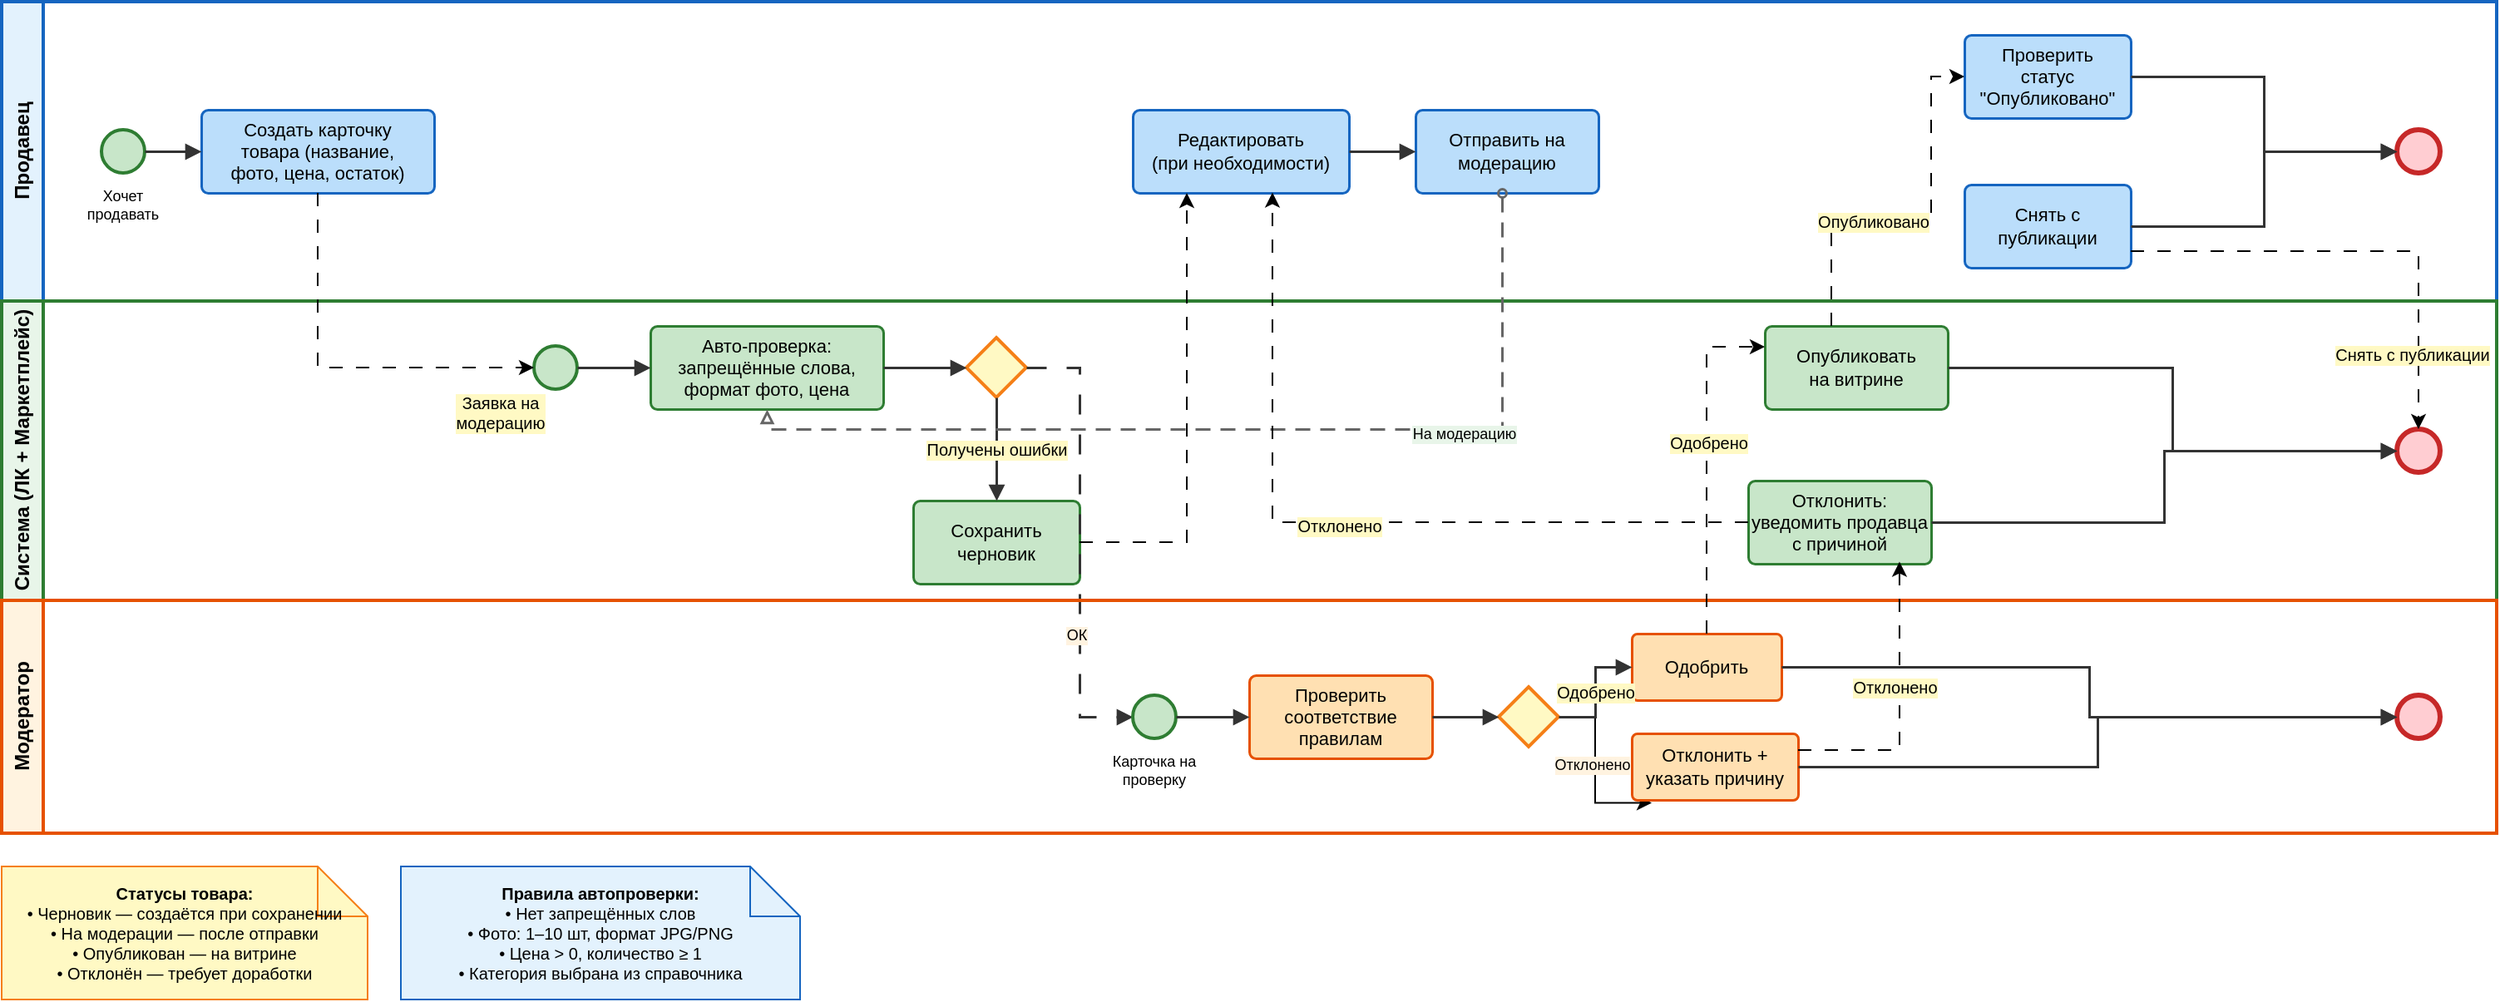
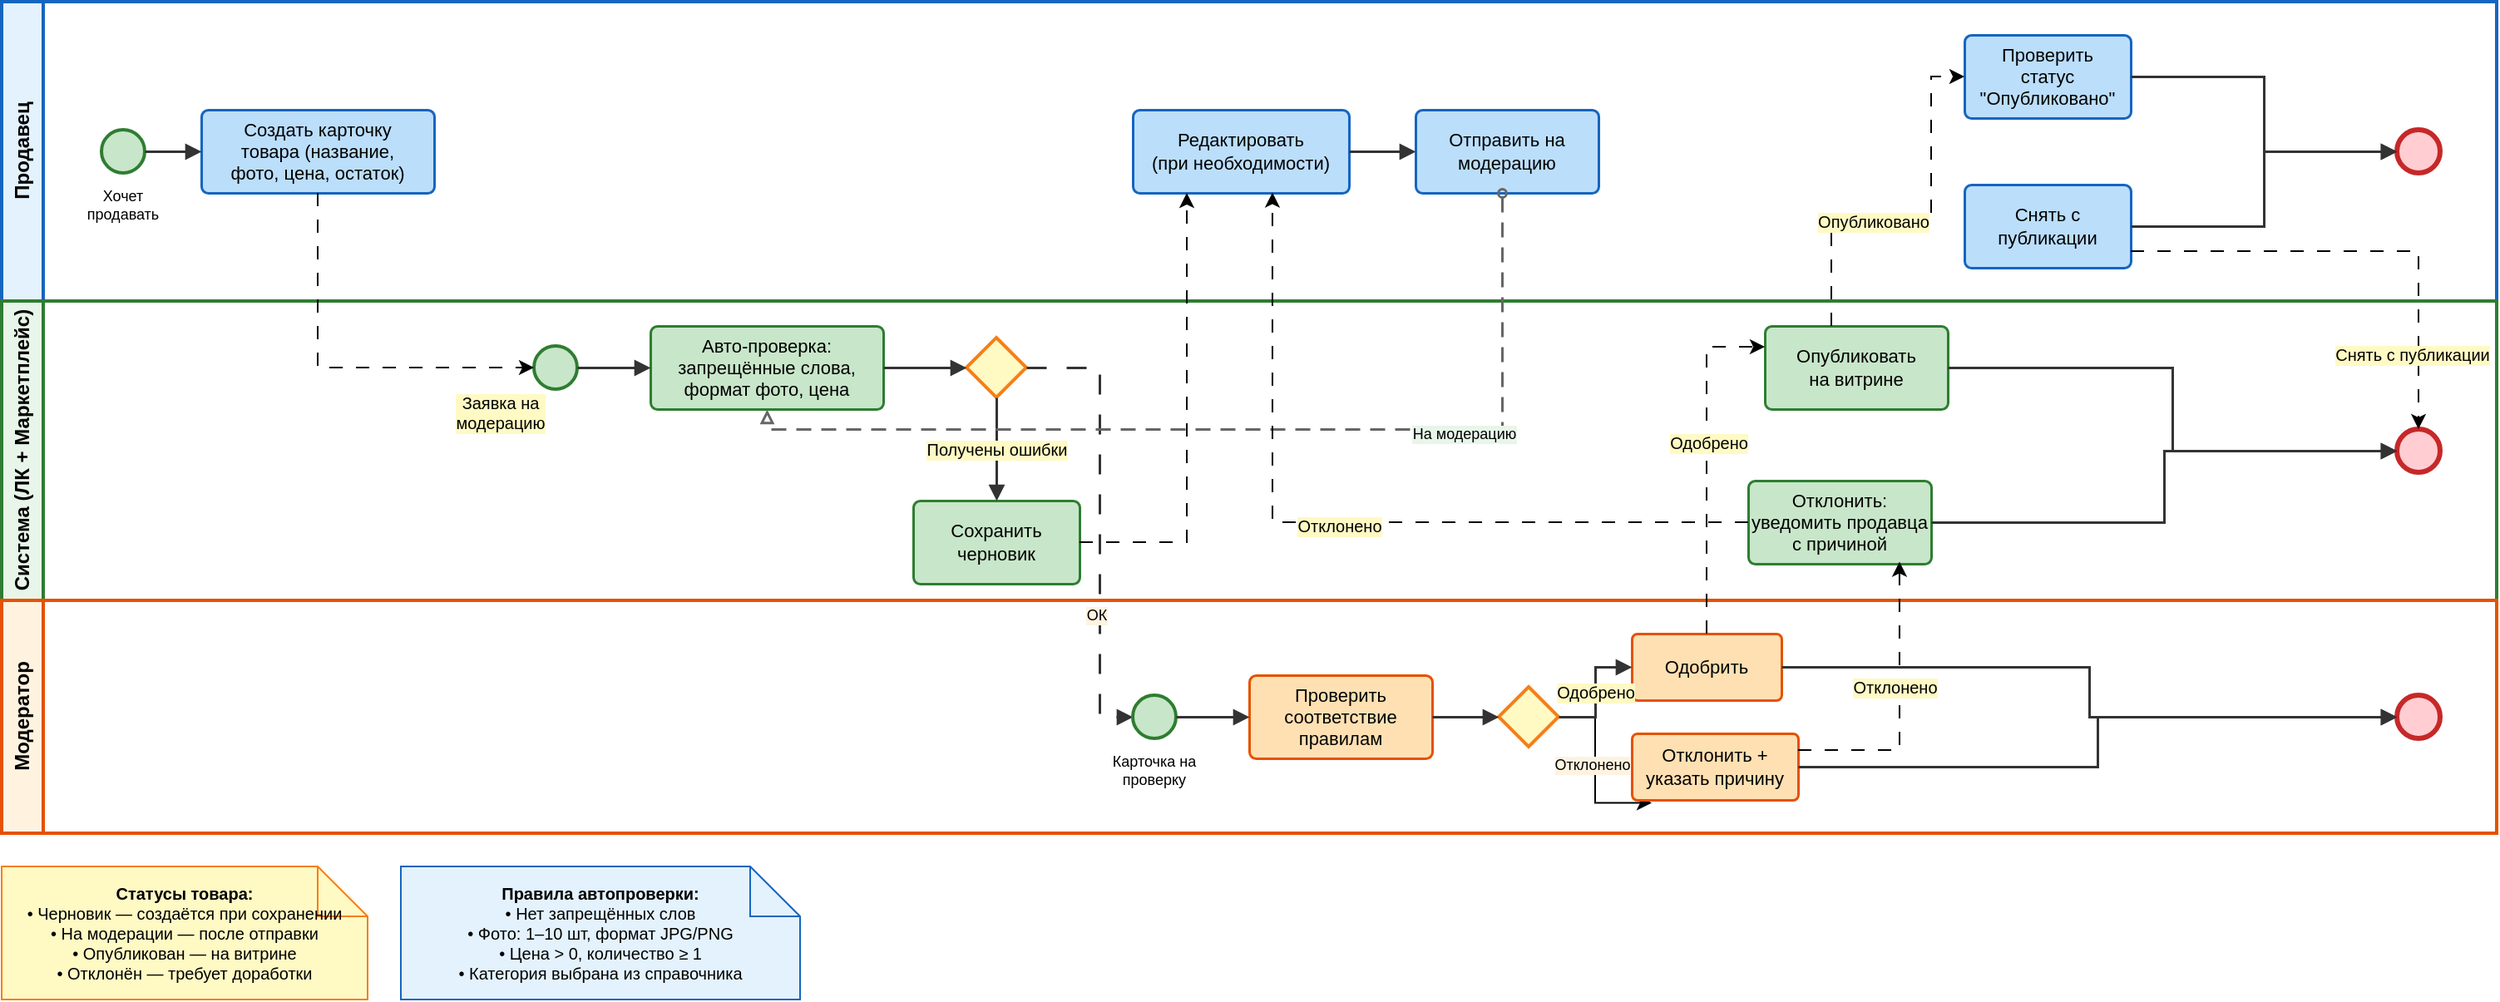
<mxfile host="app.diagrams.net" agent="Kimi">
  <diagram name="Публикация товара" id="product-publish-bpmn">
    <mxGraphModel dx="1875" dy="711" grid="1" gridSize="10" guides="1" tooltips="1" connect="1" arrows="1" fold="1" page="1" pageScale="1" pageWidth="1700" pageHeight="900" math="0" shadow="0">
      <root>
        <mxCell id="0" />
        <mxCell id="1" parent="0" />
        <mxCell id="pool-seller" parent="1" style="swimlane;horizontal=0;startSize=25;swimlaneLine=1;collapsible=0;fontStyle=1;fillColor=#E3F2FD;strokeColor=#1565C0;strokeWidth=2;fontSize=12;whiteSpace=wrap;" value="Продавец" vertex="1">
          <mxGeometry height="180" width="1500" x="40" y="40" as="geometry" />
        </mxCell>
        <mxCell id="start-seller" parent="pool-seller" style="ellipse;whiteSpace=wrap;html=1;aspect=fixed;fillColor=#C8E6C9;strokeColor=#2E7D32;strokeWidth=2;" value="" vertex="1">
          <mxGeometry height="26" width="26" x="60" y="77" as="geometry" />
        </mxCell>
        <mxCell id="lbl-start-seller" parent="pool-seller" style="text;html=1;strokeColor=none;fillColor=none;align=center;verticalAlign=top;whiteSpace=wrap;rounded=0;fontSize=9;" value="Хочет&#xa;продавать" vertex="1">
          <mxGeometry height="28" width="60" x="43" y="105" as="geometry" />
        </mxCell>
        <mxCell id="task-create" parent="pool-seller" style="rounded=1;whiteSpace=wrap;html=1;arcSize=8;fillColor=#BBDEFB;strokeColor=#1565C0;strokeWidth=1.5;fontSize=11;" value="Создать карточку&#xa;товара (название,&#xa;фото, цена, остаток)" vertex="1">
          <mxGeometry height="50" width="140" x="120" y="65" as="geometry" />
        </mxCell>
        <mxCell id="task-edit" parent="pool-seller" style="rounded=1;whiteSpace=wrap;html=1;arcSize=8;fillColor=#BBDEFB;strokeColor=#1565C0;strokeWidth=1.5;fontSize=11;" value="Редактировать&#xa;(при необходимости)" vertex="1">
          <mxGeometry height="50" width="130" x="680" y="65" as="geometry" />
        </mxCell>
        <mxCell id="task-send" parent="pool-seller" style="rounded=1;whiteSpace=wrap;html=1;arcSize=8;fillColor=#BBDEFB;strokeColor=#1565C0;strokeWidth=1.5;fontSize=11;" value="Отправить на&#xa;модерацию" vertex="1">
          <mxGeometry height="50" width="110" x="850" y="65" as="geometry" />
        </mxCell>
        <mxCell id="task-view-status" parent="pool-seller" style="rounded=1;whiteSpace=wrap;html=1;arcSize=8;fillColor=#BBDEFB;strokeColor=#1565C0;strokeWidth=1.5;fontSize=11;" value="Проверить&lt;br&gt;статус &quot;Опубликовано&quot;" vertex="1">
          <mxGeometry height="50" width="100" x="1180" y="20" as="geometry" />
        </mxCell>
        <mxCell id="task-unpublish" parent="pool-seller" style="rounded=1;whiteSpace=wrap;html=1;arcSize=8;fillColor=#BBDEFB;strokeColor=#1565C0;strokeWidth=1.5;fontSize=11;" value="Снять с&#xa;публикации" vertex="1">
          <mxGeometry height="50" width="100" x="1180" y="110" as="geometry" />
        </mxCell>
        <mxCell id="end-seller" parent="pool-seller" style="ellipse;whiteSpace=wrap;html=1;aspect=fixed;fillColor=#FFCDD2;strokeColor=#C62828;strokeWidth=3;" value="" vertex="1">
          <mxGeometry height="26" width="26" x="1440" y="77" as="geometry" />
        </mxCell>
        <mxCell id="sf-s1" edge="1" parent="pool-seller" source="start-seller" style="edgeStyle=orthogonalEdgeStyle;rounded=0;orthogonalLoop=1;jettySize=auto;html=1;exitX=1;exitY=0.5;exitDx=0;exitDy=0;entryX=0;entryY=0.5;entryDx=0;entryDy=0;strokeColor=#333333;strokeWidth=1.5;endArrow=block;endFill=1;" target="task-create" value="">
          <mxGeometry relative="1" as="geometry" />
        </mxCell>
        <mxCell id="sf-s2" edge="1" parent="pool-seller" source="task-edit" style="edgeStyle=orthogonalEdgeStyle;rounded=0;orthogonalLoop=1;jettySize=auto;html=1;exitX=1;exitY=0.5;exitDx=0;exitDy=0;entryX=0;entryY=0.5;entryDx=0;entryDy=0;strokeColor=#333333;strokeWidth=1.5;endArrow=block;endFill=1;" target="task-send" value="">
          <mxGeometry relative="1" as="geometry" />
        </mxCell>
        <mxCell id="sf-s3" edge="1" parent="pool-seller" source="task-view-status" style="edgeStyle=orthogonalEdgeStyle;rounded=0;orthogonalLoop=1;jettySize=auto;html=1;exitX=1;exitY=0.5;exitDx=0;exitDy=0;entryX=0;entryY=0.5;entryDx=0;entryDy=0;strokeColor=#333333;strokeWidth=1.5;endArrow=block;endFill=1;" target="end-seller" value="">
          <mxGeometry relative="1" as="geometry" />
        </mxCell>
        <mxCell id="sf-s4" edge="1" parent="pool-seller" source="task-unpublish" style="edgeStyle=orthogonalEdgeStyle;rounded=0;orthogonalLoop=1;jettySize=auto;html=1;exitX=1;exitY=0.5;exitDx=0;exitDy=0;entryX=0;entryY=0.5;entryDx=0;entryDy=0;strokeColor=#333333;strokeWidth=1.5;endArrow=block;endFill=1;" target="end-seller" value="">
          <mxGeometry relative="1" as="geometry" />
        </mxCell>
        <mxCell id="pool-system" parent="1" style="swimlane;horizontal=0;startSize=25;swimlaneLine=1;collapsible=0;fontStyle=1;fillColor=#E8F5E9;strokeColor=#2E7D32;strokeWidth=2;fontSize=12;whiteSpace=wrap;" value="Система (ЛК + Маркетплейс)" vertex="1">
          <mxGeometry height="180" width="1500" x="40" y="220" as="geometry" />
        </mxCell>
        <mxCell id="start-system" parent="pool-system" style="ellipse;whiteSpace=wrap;html=1;aspect=fixed;fillColor=#C8E6C9;strokeColor=#2E7D32;strokeWidth=2;" value="" vertex="1">
          <mxGeometry height="26" width="26" x="320" y="27" as="geometry" />
        </mxCell>
        <mxCell id="lbl-start-system" parent="pool-system" style="text;html=1;strokeColor=none;fillColor=none;align=center;verticalAlign=middle;whiteSpace=wrap;rounded=0;fontSize=10;fontFamily=Helvetica;fontColor=default;fontStyle=0;labelBackgroundColor=#FFF9C4;" value="Заявка на&#xa;модерацию" vertex="1">
          <mxGeometry height="28" width="60" x="270" y="53" as="geometry" />
        </mxCell>
        <mxCell id="task-validate" parent="pool-system" style="rounded=1;whiteSpace=wrap;html=1;arcSize=8;fillColor=#C8E6C9;strokeColor=#2E7D32;strokeWidth=1.5;fontSize=11;" value="Авто-проверка:&#xa;запрещённые слова,&#xa;формат фото, цена" vertex="1">
          <mxGeometry height="50" width="140" x="390" y="15" as="geometry" />
        </mxCell>
        <mxCell id="gateway-auto" parent="pool-system" style="rhombus;whiteSpace=wrap;html=1;fillColor=#FFF9C4;strokeColor=#F57F17;strokeWidth=2;" value="" vertex="1">
          <mxGeometry height="36" width="36" x="580" y="22" as="geometry" />
        </mxCell>
        <mxCell id="task-save-draft" parent="pool-system" style="rounded=1;whiteSpace=wrap;html=1;arcSize=8;fillColor=#C8E6C9;strokeColor=#2E7D32;strokeWidth=1.5;fontSize=11;" value="Сохранить&#xa;черновик" vertex="1">
          <mxGeometry height="50" width="100" x="548" y="120" as="geometry" />
        </mxCell>
        <mxCell id="task-publish" parent="pool-system" style="rounded=1;whiteSpace=wrap;html=1;arcSize=8;fillColor=#C8E6C9;strokeColor=#2E7D32;strokeWidth=1.5;fontSize=11;" value="Опубликовать&#xa;на витрине" vertex="1">
          <mxGeometry height="50" width="110" x="1060" y="15" as="geometry" />
        </mxCell>
        <mxCell id="task-reject-sys" parent="pool-system" style="rounded=1;whiteSpace=wrap;html=1;arcSize=8;fillColor=#C8E6C9;strokeColor=#2E7D32;strokeWidth=1.5;fontSize=11;" value="Отклонить:&#xa;уведомить продавца&#xa;с причиной" vertex="1">
          <mxGeometry height="50" width="110" x="1050" y="108" as="geometry" />
        </mxCell>
        <mxCell id="end-system-ok" parent="pool-system" style="ellipse;whiteSpace=wrap;html=1;aspect=fixed;fillColor=#FFCDD2;strokeColor=#C62828;strokeWidth=3;" value="" vertex="1">
          <mxGeometry height="26" width="26" x="1440" y="77" as="geometry" />
        </mxCell>
        <mxCell id="sf-sys1" edge="1" parent="pool-system" source="start-system" style="edgeStyle=orthogonalEdgeStyle;rounded=0;orthogonalLoop=1;jettySize=auto;html=1;exitX=1;exitY=0.5;exitDx=0;exitDy=0;entryX=0;entryY=0.5;entryDx=0;entryDy=0;strokeColor=#333333;strokeWidth=1.5;endArrow=block;endFill=1;" target="task-validate" value="">
          <mxGeometry relative="1" as="geometry" />
        </mxCell>
        <mxCell id="sf-sys2" edge="1" parent="pool-system" source="task-validate" style="edgeStyle=orthogonalEdgeStyle;rounded=0;orthogonalLoop=1;jettySize=auto;html=1;exitX=1;exitY=0.5;exitDx=0;exitDy=0;entryX=0;entryY=0.5;entryDx=0;entryDy=0;strokeColor=#333333;strokeWidth=1.5;endArrow=block;endFill=1;" target="gateway-auto" value="">
          <mxGeometry relative="1" as="geometry" />
        </mxCell>
        <mxCell id="sf-sys3" edge="1" parent="pool-system" source="gateway-auto" style="edgeStyle=orthogonalEdgeStyle;rounded=0;orthogonalLoop=1;jettySize=auto;html=1;exitX=0.5;exitY=1;exitDx=0;exitDy=0;entryX=0.5;entryY=0;entryDx=0;entryDy=0;strokeColor=#333333;strokeWidth=1.5;endArrow=block;endFill=1;labelBackgroundColor=#FFF9C4;fontSize=10;" target="task-save-draft" value="Получены ошибки">
          <mxGeometry relative="1" as="geometry" />
        </mxCell>
        <mxCell id="sf-sys4" edge="1" parent="pool-system" source="gateway-auto" style="edgeStyle=orthogonalEdgeStyle;rounded=0;orthogonalLoop=1;jettySize=auto;html=1;exitX=1;exitY=0.5;exitDx=0;exitDy=0;entryX=0;entryY=0.5;entryDx=0;entryDy=0;strokeColor=#333333;strokeWidth=1.5;endArrow=block;endFill=1;labelBackgroundColor=#FFF9C4;fontSize=10;dashed=1;dashPattern=8 8;" target="start-moderator" value="">
-           <mxGeometry relative="1" as="geometry" />
+           <mxGeometry relative="1" as="geometry">
+             <Array as="points">
+               <mxPoint x="660" y="40" />
+               <mxPoint x="660" y="250" />
+             </Array>
+           </mxGeometry>
        </mxCell>
        <mxCell id="LQupT064AYVrGXeOsNIc-1" connectable="0" parent="sf-sys4" style="edgeLabel;html=1;align=center;verticalAlign=middle;resizable=0;points=[];fontFamily=Helvetica;fontSize=9;fontColor=default;fontStyle=0;labelBackgroundColor=#FFF3E0;" value="ОК" vertex="1">
          <mxGeometry relative="1" x="0.4081" y="-2" as="geometry">
            <mxPoint as="offset" />
          </mxGeometry>
        </mxCell>
        <mxCell id="sf-sys5" edge="1" parent="pool-system" source="task-publish" style="edgeStyle=orthogonalEdgeStyle;rounded=0;orthogonalLoop=1;jettySize=auto;html=1;exitX=1;exitY=0.5;exitDx=0;exitDy=0;entryX=0;entryY=0.5;entryDx=0;entryDy=0;strokeColor=#333333;strokeWidth=1.5;endArrow=block;endFill=1;" target="end-system-ok" value="">
          <mxGeometry relative="1" as="geometry" />
        </mxCell>
        <mxCell id="sf-sys6" edge="1" parent="pool-system" source="task-reject-sys" style="edgeStyle=orthogonalEdgeStyle;rounded=0;orthogonalLoop=1;jettySize=auto;html=1;exitX=1;exitY=0.5;exitDx=0;exitDy=0;entryX=0;entryY=0.5;entryDx=0;entryDy=0;strokeColor=#333333;strokeWidth=1.5;endArrow=block;endFill=1;" target="end-system-ok" value="">
          <mxGeometry relative="1" as="geometry" />
        </mxCell>
        <mxCell id="mf3" edge="1" parent="pool-system" style="edgeStyle=orthogonalEdgeStyle;rounded=0;orthogonalLoop=1;jettySize=auto;html=1;exitX=0.5;exitY=1;exitDx=0;exitDy=0;strokeColor=#666666;strokeWidth=1.5;dashed=1;dashPattern=6 4;startArrow=oval;startFill=0;startSize=5;endArrow=block;endFill=0;endSize=5;fontSize=9;labelBackgroundColor=#E8F5E9;entryX=0.5;entryY=1;entryDx=0;entryDy=0;" target="task-validate" value="На модерацию">
          <mxGeometry relative="1" x="-0.4413" y="3" as="geometry">
            <mxPoint x="1" as="offset" />
            <Array as="points">
              <mxPoint x="902" y="77" />
              <mxPoint x="460" y="77" />
            </Array>
            <mxPoint x="902" y="-65" as="sourcePoint" />
            <mxPoint x="330" y="50" as="targetPoint" />
          </mxGeometry>
        </mxCell>
        <mxCell id="pool-moderator" parent="1" style="swimlane;horizontal=0;startSize=25;swimlaneLine=1;collapsible=0;fontStyle=1;fillColor=#FFF3E0;strokeColor=#E65100;strokeWidth=2;fontSize=12;whiteSpace=wrap;" value="Модератор" vertex="1">
          <mxGeometry height="140" width="1500" x="40" y="400" as="geometry" />
        </mxCell>
        <mxCell id="start-moderator" parent="pool-moderator" style="ellipse;whiteSpace=wrap;html=1;aspect=fixed;fillColor=#C8E6C9;strokeColor=#2E7D32;strokeWidth=2;" value="" vertex="1">
          <mxGeometry height="26" width="26" x="680" y="57" as="geometry" />
        </mxCell>
        <mxCell id="lbl-start-mod" parent="pool-moderator" style="text;html=1;strokeColor=none;fillColor=none;align=center;verticalAlign=top;whiteSpace=wrap;rounded=0;fontSize=9;" value="Карточка на&#xa;проверку" vertex="1">
          <mxGeometry height="28" width="60" x="663" y="85" as="geometry" />
        </mxCell>
        <mxCell id="task-check" parent="pool-moderator" style="rounded=1;whiteSpace=wrap;html=1;arcSize=8;fillColor=#FFE0B2;strokeColor=#E65100;strokeWidth=1.5;fontSize=11;" value="Проверить&#xa;соответствие&#xa;правилам" vertex="1">
          <mxGeometry height="50" width="110" x="750" y="45" as="geometry" />
        </mxCell>
        <mxCell id="LQupT064AYVrGXeOsNIc-2" edge="1" parent="pool-moderator" source="gateway-mod" style="edgeStyle=orthogonalEdgeStyle;rounded=0;orthogonalLoop=1;jettySize=auto;html=1;entryX=0.12;entryY=1.044;entryDx=0;entryDy=0;entryPerimeter=0;" target="task-reject-mod">
          <mxGeometry relative="1" as="geometry">
            <mxPoint x="918" y="130" as="targetPoint" />
          </mxGeometry>
        </mxCell>
        <mxCell id="LQupT064AYVrGXeOsNIc-4" connectable="0" parent="LQupT064AYVrGXeOsNIc-2" style="edgeLabel;html=1;align=center;verticalAlign=middle;resizable=0;points=[];fontFamily=Helvetica;fontSize=9;fontColor=default;fontStyle=0;labelBackgroundColor=#FFF3E0;" value="Отклонено" vertex="1">
          <mxGeometry relative="1" x="-0.0534" y="-2" as="geometry">
            <mxPoint as="offset" />
          </mxGeometry>
        </mxCell>
        <mxCell id="gateway-mod" parent="pool-moderator" style="rhombus;whiteSpace=wrap;html=1;fillColor=#FFF9C4;strokeColor=#F57F17;strokeWidth=2;" value="" vertex="1">
          <mxGeometry height="36" width="36" x="900" y="52" as="geometry" />
        </mxCell>
        <mxCell id="task-approve" parent="pool-moderator" style="rounded=1;whiteSpace=wrap;html=1;arcSize=8;fillColor=#FFE0B2;strokeColor=#E65100;strokeWidth=1.5;fontSize=11;" value="Одобрить" vertex="1">
          <mxGeometry height="40" width="90" x="980" y="20" as="geometry" />
        </mxCell>
        <mxCell id="task-reject-mod" parent="pool-moderator" style="rounded=1;whiteSpace=wrap;html=1;arcSize=8;fillColor=#FFE0B2;strokeColor=#E65100;strokeWidth=1.5;fontSize=11;" value="Отклонить +&#xa;указать причину" vertex="1">
          <mxGeometry height="40" width="100" x="980" y="80" as="geometry" />
        </mxCell>
        <mxCell id="end-mod" parent="pool-moderator" style="ellipse;whiteSpace=wrap;html=1;aspect=fixed;fillColor=#FFCDD2;strokeColor=#C62828;strokeWidth=3;" value="" vertex="1">
          <mxGeometry height="26" width="26" x="1440" y="57" as="geometry" />
        </mxCell>
        <mxCell id="sf-m1" edge="1" parent="pool-moderator" source="start-moderator" style="edgeStyle=orthogonalEdgeStyle;rounded=0;orthogonalLoop=1;jettySize=auto;html=1;exitX=1;exitY=0.5;exitDx=0;exitDy=0;entryX=0;entryY=0.5;entryDx=0;entryDy=0;strokeColor=#333333;strokeWidth=1.5;endArrow=block;endFill=1;" target="task-check" value="">
          <mxGeometry relative="1" as="geometry" />
        </mxCell>
        <mxCell id="sf-m2" edge="1" parent="pool-moderator" source="task-check" style="edgeStyle=orthogonalEdgeStyle;rounded=0;orthogonalLoop=1;jettySize=auto;html=1;exitX=1;exitY=0.5;exitDx=0;exitDy=0;entryX=0;entryY=0.5;entryDx=0;entryDy=0;strokeColor=#333333;strokeWidth=1.5;endArrow=block;endFill=1;" target="gateway-mod" value="">
          <mxGeometry relative="1" as="geometry" />
        </mxCell>
        <mxCell id="sf-m3" edge="1" parent="pool-moderator" source="gateway-mod" style="edgeStyle=orthogonalEdgeStyle;rounded=0;orthogonalLoop=1;jettySize=auto;html=1;exitX=1;exitY=0.5;exitDx=0;exitDy=0;entryX=0;entryY=0.5;entryDx=0;entryDy=0;strokeColor=#333333;strokeWidth=1.5;endArrow=block;endFill=1;labelBackgroundColor=#FFF9C4;fontSize=10;" target="task-approve" value="Одобрено">
          <mxGeometry relative="1" x="0.0135" as="geometry">
            <mxPoint as="offset" />
          </mxGeometry>
        </mxCell>
        <mxCell id="sf-m5" edge="1" parent="pool-moderator" source="task-approve" style="edgeStyle=orthogonalEdgeStyle;rounded=0;orthogonalLoop=1;jettySize=auto;html=1;exitX=1;exitY=0.5;exitDx=0;exitDy=0;entryX=0;entryY=0.5;entryDx=0;entryDy=0;strokeColor=#333333;strokeWidth=1.5;endArrow=block;endFill=1;" target="end-mod" value="">
          <mxGeometry relative="1" as="geometry" />
        </mxCell>
        <mxCell id="sf-m6" edge="1" parent="pool-moderator" source="task-reject-mod" style="edgeStyle=orthogonalEdgeStyle;rounded=0;orthogonalLoop=1;jettySize=auto;html=1;exitX=1;exitY=0.5;exitDx=0;exitDy=0;entryX=0;entryY=0.5;entryDx=0;entryDy=0;strokeColor=#333333;strokeWidth=1.5;endArrow=block;endFill=1;" target="end-mod" value="">
          <mxGeometry relative="1" as="geometry" />
        </mxCell>
        <mxCell id="note1" parent="1" style="shape=note;whiteSpace=wrap;html=1;backgroundOutline=1;fillColor=#FFF9C4;strokeColor=#F57F17;fontSize=10;" value="&lt;b&gt;Статусы товара:&lt;/b&gt;&lt;br&gt;• Черновик — создаётся при сохранении&lt;br&gt;• На модерации — после отправки&lt;br&gt;• Опубликован — на витрине&lt;br&gt;• Отклонён — требует доработки" vertex="1">
          <mxGeometry height="80" width="220" x="40" y="560" as="geometry" />
        </mxCell>
        <mxCell id="note2" parent="1" style="shape=note;whiteSpace=wrap;html=1;backgroundOutline=1;fillColor=#E3F2FD;strokeColor=#1565C0;fontSize=10;" value="&lt;b&gt;Правила автопроверки:&lt;/b&gt;&lt;br&gt;• Нет запрещённых слов&lt;br&gt;• Фото: 1–10 шт, формат JPG/PNG&lt;br&gt;• Цена &gt; 0, количество ≥ 1&lt;br&gt;• Категория выбрана из справочника" vertex="1">
          <mxGeometry height="80" width="240" x="280" y="560" as="geometry" />
        </mxCell>
        <mxCell id="LQupT064AYVrGXeOsNIc-5" edge="1" parent="1" source="task-approve" style="edgeStyle=orthogonalEdgeStyle;rounded=0;orthogonalLoop=1;jettySize=auto;html=1;entryX=0;entryY=0.25;entryDx=0;entryDy=0;dashed=1;dashPattern=8 8;" target="task-publish">
          <mxGeometry relative="1" as="geometry">
            <mxPoint x="1080" y="290" as="targetPoint" />
          </mxGeometry>
        </mxCell>
        <mxCell id="LQupT064AYVrGXeOsNIc-6" connectable="0" parent="LQupT064AYVrGXeOsNIc-5" style="edgeLabel;html=1;align=center;verticalAlign=middle;resizable=0;points=[];fontFamily=Helvetica;fontSize=10;fontColor=default;fontStyle=0;labelBackgroundColor=#FFF9C4;" value="Одобрено" vertex="1">
          <mxGeometry relative="1" x="0.1153" y="-1" as="geometry">
            <mxPoint as="offset" />
          </mxGeometry>
        </mxCell>
        <mxCell id="LQupT064AYVrGXeOsNIc-8" edge="1" parent="1" source="task-reject-mod" style="edgeStyle=orthogonalEdgeStyle;rounded=0;orthogonalLoop=1;jettySize=auto;html=1;exitX=1;exitY=0.25;exitDx=0;exitDy=0;entryX=0.827;entryY=0.975;entryDx=0;entryDy=0;entryPerimeter=0;dashed=1;dashPattern=8 8;" target="task-reject-sys">
          <mxGeometry relative="1" as="geometry" />
        </mxCell>
        <mxCell id="LQupT064AYVrGXeOsNIc-9" connectable="0" parent="LQupT064AYVrGXeOsNIc-8" style="edgeLabel;html=1;align=center;verticalAlign=middle;resizable=0;points=[];fontFamily=Helvetica;fontSize=10;fontColor=default;fontStyle=0;labelBackgroundColor=#FFF9C4;" value="Отклонено" vertex="1">
          <mxGeometry relative="1" x="0.1353" y="3" as="geometry">
            <mxPoint as="offset" />
          </mxGeometry>
        </mxCell>
        <mxCell id="LQupT064AYVrGXeOsNIc-10" edge="1" parent="1" source="task-unpublish" style="edgeStyle=orthogonalEdgeStyle;rounded=0;orthogonalLoop=1;jettySize=auto;html=1;entryX=0.5;entryY=0;entryDx=0;entryDy=0;dashed=1;dashPattern=8 8;" target="end-system-ok">
          <mxGeometry relative="1" as="geometry">
            <Array as="points">
              <mxPoint x="1493" y="190" />
            </Array>
          </mxGeometry>
        </mxCell>
        <mxCell id="LQupT064AYVrGXeOsNIc-11" connectable="0" parent="LQupT064AYVrGXeOsNIc-10" style="edgeLabel;html=1;align=center;verticalAlign=middle;resizable=0;points=[];fontFamily=Helvetica;fontSize=10;fontColor=default;fontStyle=0;labelBackgroundColor=#FFF9C4;" value="Снять с публикации" vertex="1">
          <mxGeometry relative="1" x="0.6746" y="-4" as="geometry">
            <mxPoint as="offset" />
          </mxGeometry>
        </mxCell>
        <mxCell id="LQupT064AYVrGXeOsNIc-14" edge="1" parent="1" source="task-publish" style="edgeStyle=orthogonalEdgeStyle;rounded=0;orthogonalLoop=1;jettySize=auto;html=1;entryX=0;entryY=0.5;entryDx=0;entryDy=0;dashed=1;dashPattern=8 8;" target="task-view-status">
          <mxGeometry relative="1" as="geometry">
            <Array as="points">
              <mxPoint x="1140" y="172" />
              <mxPoint x="1200" y="172" />
              <mxPoint x="1200" y="85" />
            </Array>
            <mxPoint x="1210" y="80" as="targetPoint" />
          </mxGeometry>
        </mxCell>
        <mxCell id="LQupT064AYVrGXeOsNIc-15" connectable="0" parent="LQupT064AYVrGXeOsNIc-14" style="edgeLabel;html=1;align=center;verticalAlign=middle;resizable=0;points=[];fontFamily=Helvetica;fontSize=10;fontColor=default;fontStyle=0;labelBackgroundColor=#FFF9C4;" value="Опубликовано" vertex="1">
          <mxGeometry relative="1" x="-0.2413" as="geometry">
            <mxPoint as="offset" />
          </mxGeometry>
        </mxCell>
        <mxCell id="LQupT064AYVrGXeOsNIc-16" edge="1" parent="1" source="task-reject-sys" style="edgeStyle=orthogonalEdgeStyle;rounded=0;orthogonalLoop=1;jettySize=auto;html=1;entryX=0.646;entryY=0.995;entryDx=0;entryDy=0;entryPerimeter=0;dashed=1;dashPattern=8 8;" target="task-edit">
          <mxGeometry relative="1" as="geometry" />
        </mxCell>
        <mxCell id="LQupT064AYVrGXeOsNIc-17" connectable="0" parent="LQupT064AYVrGXeOsNIc-16" style="edgeLabel;html=1;align=center;verticalAlign=middle;resizable=0;points=[];fontFamily=Helvetica;fontSize=10;fontColor=default;fontStyle=0;labelBackgroundColor=#FFF9C4;" value="Отклонено" vertex="1">
          <mxGeometry relative="1" x="0.0201" y="2" as="geometry">
            <mxPoint x="1" as="offset" />
          </mxGeometry>
        </mxCell>
        <mxCell id="LQupT064AYVrGXeOsNIc-18" edge="1" parent="1" source="task-save-draft" style="edgeStyle=orthogonalEdgeStyle;rounded=0;orthogonalLoop=1;jettySize=auto;html=1;entryX=0.25;entryY=1;entryDx=0;entryDy=0;dashed=1;dashPattern=8 8;" target="task-edit">
          <mxGeometry relative="1" as="geometry" />
        </mxCell>
        <mxCell id="LQupT064AYVrGXeOsNIc-20" edge="1" parent="1" source="task-create" style="edgeStyle=orthogonalEdgeStyle;rounded=0;orthogonalLoop=1;jettySize=auto;html=1;exitX=0.5;exitY=1;exitDx=0;exitDy=0;entryX=0;entryY=0.5;entryDx=0;entryDy=0;dashed=1;dashPattern=8 8;" target="start-system">
          <mxGeometry relative="1" as="geometry" />
        </mxCell>
      </root>
    </mxGraphModel>
  </diagram>
</mxfile>
